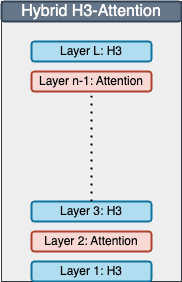
Above: images/Hybrid.drawio.png in seauch/Transformers_Hungery_Hippos (draw.io), before the change. Source tidied: cells renumbered, new cells last; positions are measured from the earlier drawing's top-left corner, leaving out a move shared by most shapes. Source of this version:
```xml
<mxGraphModel>
  <root>
    <mxCell id="0" />
    <mxCell id="1" parent="0" />
    <mxCell id="2" style="group;" parent="1" vertex="1">
      <mxGeometry width="180" height="280" as="geometry" />
    </mxCell>
    <mxCell id="3" style="group;fillColor=#eeeeee;strokeColor=#36393d;" parent="2" vertex="1">
      <mxGeometry width="180" height="280" as="geometry" />
    </mxCell>
    <mxCell id="4" value="&lt;p style=&quot;margin: 0in; font-size: 12pt; font-family: Aptos, sans-serif; text-align: start;&quot; class=&quot;MsoNormal&quot;&gt;Hybrid H3-Attention&lt;/p&gt;" style="rounded=1;whiteSpace=wrap;html=1;strokeWidth=2;fillColor=#647687;strokeColor=#314354;fontColor=#ffffff;" parent="2" vertex="1">
      <mxGeometry width="180" height="20" as="geometry" />
    </mxCell>
    <mxCell id="5" value="Layer L: H3" style="rounded=1;whiteSpace=wrap;html=1;strokeWidth=2;fillColor=#b1ddf0;strokeColor=#10739e;" parent="2" vertex="1">
      <mxGeometry x="30" y="40" width="120" height="20" as="geometry" />
    </mxCell>
    <mxCell id="6" value="Layer n-1: Attention" style="rounded=1;whiteSpace=wrap;html=1;strokeWidth=2;fillColor=#fad9d5;strokeColor=#ae4132;" parent="2" vertex="1">
      <mxGeometry x="30" y="70" width="120" height="20" as="geometry" />
    </mxCell>
    <mxCell id="7" value="Layer 2: Attention" style="rounded=1;whiteSpace=wrap;html=1;strokeWidth=2;fillColor=#fad9d5;strokeColor=#ae4132;" parent="2" vertex="1">
      <mxGeometry x="30" y="230" width="120" height="20" as="geometry" />
    </mxCell>
    <mxCell id="8" value="Layer 1: H3" style="rounded=1;whiteSpace=wrap;html=1;strokeWidth=2;fillColor=#b1ddf0;strokeColor=#10739e;" parent="2" vertex="1">
      <mxGeometry x="30" y="260" width="120" height="20" as="geometry" />
    </mxCell>
    <mxCell id="9" value="Layer 3: H3" style="rounded=1;whiteSpace=wrap;html=1;strokeWidth=2;fillColor=#b1ddf0;strokeColor=#10739e;" parent="2" vertex="1">
      <mxGeometry x="30" y="200" width="120" height="20" as="geometry" />
    </mxCell>
    <mxCell id="10" style="endArrow=none;dashed=1;html=1;dashPattern=1 3;strokeWidth=2;rounded=0;entryX=0.5;entryY=1;entryDx=0;entryDy=0;" parent="2" edge="1" target="6">
      <mxGeometry relative="1" as="geometry">
        <mxPoint x="90" y="200" as="sourcePoint" />
      </mxGeometry>
    </mxCell>
  </root>
</mxGraphModel>
```
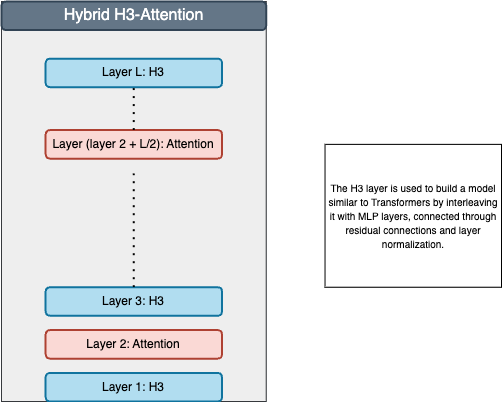
After the change.

Diff of the diagram source:
```diff
@@ -2,34 +2,44 @@
   <root>
     <mxCell id="0" />
     <mxCell id="1" parent="0" />
+    <mxCell id="11" style="group;" parent="1" vertex="1">
+      <mxGeometry width="500" height="400" as="geometry" />
+    </mxCell>
-    <mxCell id="2" style="group;" parent="1" vertex="1">
-      <mxGeometry width="180" height="280" as="geometry" />
+    <mxCell id="2" style="group;" parent="11" vertex="1">
+      <mxGeometry width="264.7" height="400" as="geometry" />
     </mxCell>
     <mxCell id="3" style="group;fillColor=#eeeeee;strokeColor=#36393d;" parent="2" vertex="1">
-      <mxGeometry width="180" height="280" as="geometry" />
+      <mxGeometry width="264.7" height="400" as="geometry" />
     </mxCell>
     <mxCell id="4" value="&lt;p style=&quot;margin: 0in; font-size: 12pt; font-family: Aptos, sans-serif; text-align: start;&quot; class=&quot;MsoNormal&quot;&gt;Hybrid H3-Attention&lt;/p&gt;" style="rounded=1;whiteSpace=wrap;html=1;strokeWidth=2;fillColor=#647687;strokeColor=#314354;fontColor=#ffffff;" parent="2" vertex="1">
-      <mxGeometry width="180" height="20" as="geometry" />
+      <mxGeometry width="264.7" height="28.6" as="geometry" />
     </mxCell>
     <mxCell id="5" value="Layer L: H3" style="rounded=1;whiteSpace=wrap;html=1;strokeWidth=2;fillColor=#b1ddf0;strokeColor=#10739e;" parent="2" vertex="1">
-      <mxGeometry x="30" y="40" width="120" height="20" as="geometry" />
+      <mxGeometry x="44.1" y="57.1" width="176.5" height="28.6" as="geometry" />
     </mxCell>
-    <mxCell id="6" value="Layer n-1: Attention" style="rounded=1;whiteSpace=wrap;html=1;strokeWidth=2;fillColor=#fad9d5;strokeColor=#ae4132;" parent="2" vertex="1">
-      <mxGeometry x="30" y="70" width="120" height="20" as="geometry" />
+    <mxCell id="6" value="&lt;div style=&quot;text-align: start; font-size: 12px;&quot;&gt;&lt;span style=&quot;background-color: initial;&quot;&gt;Layer &lt;span style=&quot;&quot;&gt;&lt;span style=&quot;&quot;&gt;(&lt;/span&gt;&lt;/span&gt;&lt;/span&gt;&lt;span style=&quot;background-color: initial;&quot;&gt;layer 2 + L/2)&lt;/span&gt;&lt;span style=&quot;background-color: initial;&quot;&gt;: Attention&lt;/span&gt;&lt;/div&gt;" style="rounded=1;whiteSpace=wrap;html=1;strokeWidth=2;fillColor=#fad9d5;strokeColor=#ae4132;fontFamily=Helvetica;fontSize=9;" parent="2" vertex="1">
+      <mxGeometry x="44.1" y="128.6" width="176.5" height="28.6" as="geometry" />
     </mxCell>
     <mxCell id="7" value="Layer 2: Attention" style="rounded=1;whiteSpace=wrap;html=1;strokeWidth=2;fillColor=#fad9d5;strokeColor=#ae4132;" parent="2" vertex="1">
-      <mxGeometry x="30" y="230" width="120" height="20" as="geometry" />
+      <mxGeometry x="44.1" y="328.6" width="176.5" height="28.6" as="geometry" />
     </mxCell>
     <mxCell id="8" value="Layer 1: H3" style="rounded=1;whiteSpace=wrap;html=1;strokeWidth=2;fillColor=#b1ddf0;strokeColor=#10739e;" parent="2" vertex="1">
-      <mxGeometry x="30" y="260" width="120" height="20" as="geometry" />
+      <mxGeometry x="44.1" y="371.4" width="176.5" height="28.6" as="geometry" />
     </mxCell>
     <mxCell id="9" value="Layer 3: H3" style="rounded=1;whiteSpace=wrap;html=1;strokeWidth=2;fillColor=#b1ddf0;strokeColor=#10739e;" parent="2" vertex="1">
-      <mxGeometry x="30" y="200" width="120" height="20" as="geometry" />
+      <mxGeometry x="44.1" y="285.7" width="176.5" height="28.6" as="geometry" />
     </mxCell>
-    <mxCell id="10" style="endArrow=none;dashed=1;html=1;dashPattern=1 3;strokeWidth=2;rounded=0;entryX=0.5;entryY=1;entryDx=0;entryDy=0;" parent="2" edge="1" target="6">
+    <mxCell id="10" style="endArrow=none;dashed=1;html=1;dashPattern=1 3;strokeWidth=2;rounded=0;" parent="2" edge="1">
       <mxGeometry relative="1" as="geometry">
-        <mxPoint x="90" y="200" as="sourcePoint" />
+        <mxPoint x="132.4" y="285.7" as="sourcePoint" />
+        <mxPoint x="132.4" y="171.4" as="targetPoint" />
       </mxGeometry>
     </mxCell>
+    <mxCell id="12" style="endArrow=none;dashed=1;html=1;dashPattern=1 3;strokeWidth=2;rounded=0;entryX=0.5;entryY=1;entryDx=0;entryDy=0;exitX=0.5;exitY=0;exitDx=0;exitDy=0;" parent="2" edge="1" source="6" target="5">
+      <mxGeometry relative="1" as="geometry" />
+    </mxCell>
+    <mxCell id="13" value="&lt;p style=&quot;margin: 0px; font-variant-numeric: normal; font-variant-east-asian: normal; font-variant-alternates: normal; font-size-adjust: none; font-kerning: auto; font-optical-sizing: auto; font-feature-settings: normal; font-variation-settings: normal; font-variant-position: normal; font-stretch: normal; line-height: normal;&quot; class=&quot;p1&quot;&gt;&lt;span style=&quot;caret-color: rgb(0, 0, 0); text-align: start;&quot;&gt;&lt;font face=&quot;Helvetica&quot; style=&quot;font-size: 10px;&quot;&gt;The H3 layer is used to build a model similar to Transformers by interleaving it with MLP layers, connected through residual connections and layer normalization.&lt;/font&gt;&lt;/span&gt;&lt;/p&gt;" style="rounded=0;whiteSpace=wrap;html=1;align=center;" parent="11" vertex="1">
+      <mxGeometry x="323.5" y="142.9" width="176.5" height="142.9" as="geometry" />
+    </mxCell>
   </root>
 </mxGraphModel>
```
